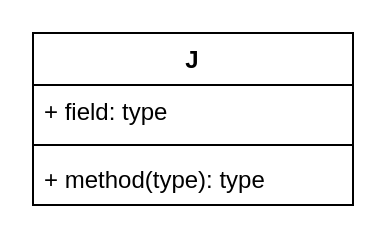
Earlier version of the draw.io diagram page "Page-1" (1 of 2) of Untitled Diagram.drawio (DanielValdes98/APO-II). Source tidied: cells renumbered, new cells numbered last; positions are measured from the earlier drawing's top-left corner, leaving out a move shared by most shapes. Both pictures are drawn from the tidied source at 200%, with x=0, y=0 at pixel (32, 32).
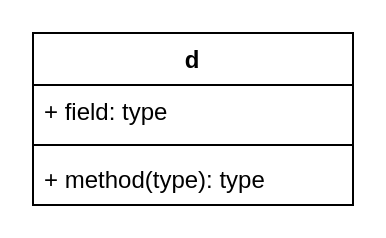
Above is the later version.

Change to the diagram source:
```diff
@@
 <mxGraphModel>
   <root>
     <mxCell id="0" />
     <mxCell id="1" parent="0" />
-    <mxCell id="2" value="J" style="swimlane;fontStyle=1;align=center;verticalAlign=top;horizontal=1;startSize=26;fontColor=default;" parent="1" vertex="1">
+    <mxCell id="2" value="d" style="swimlane;fontStyle=1;align=center;verticalAlign=top;horizontal=1;startSize=26;fontColor=default;" parent="1" vertex="1">
       <mxGeometry width="160" height="86" as="geometry" />
     </mxCell>
     <mxCell id="3" value="+ field: type" style="text;strokeColor=none;fillColor=none;align=left;verticalAlign=top;spacingLeft=4;spacingRight=4;overflow=hidden;" parent="2" vertex="1">
       <mxGeometry y="26" width="160" height="26" as="geometry" />
     </mxCell>
     <mxCell id="4" style="line;strokeWidth=1;fillColor=none;align=left;verticalAlign=middle;spacingTop=-1;spacingLeft=3;spacingRight=3;labelPosition=right;strokeColor=inherit;" parent="2" vertex="1">
       <mxGeometry y="52" width="160" height="8" as="geometry" />
     </mxCell>
     <mxCell id="5" value="+ method(type): type" style="text;strokeColor=none;fillColor=none;align=left;verticalAlign=top;spacingLeft=4;spacingRight=4;overflow=hidden;" parent="2" vertex="1">
       <mxGeometry y="60" width="160" height="26" as="geometry" />
     </mxCell>
   </root>
 </mxGraphModel>
```
